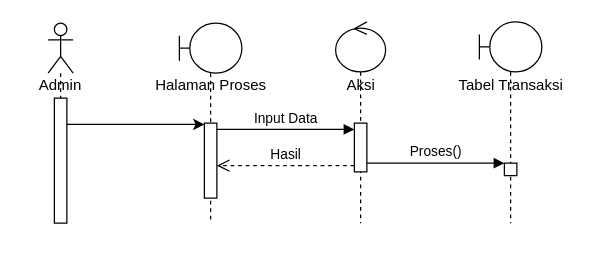
This is page "Squence Hasil" (9 of 10) of Apriori Sperpart.drawio from ArtEnginer/UML-DIAGRAM, a draw.io file, before an edit. Source tidied: cells renumbered, new cells numbered last; positions are measured from the earlier drawing's top-left corner, leaving out a move shared by most shapes. Both pictures are drawn from the tidied source at 125%, with x=0, y=0 at pixel (29, 21).
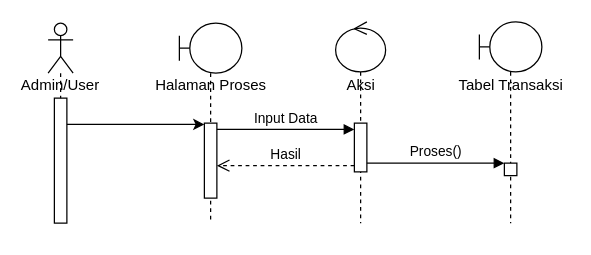
The same diagram, later.

Change to the diagram source:
```diff
@@
-    <mxCell id="12" value="Admin" style="text;html=1;align=center;verticalAlign=middle;whiteSpace=wrap;rounded=0;" parent="1" vertex="1">
+    <mxCell id="12" value="Admin/User" style="text;html=1;align=center;verticalAlign=middle;whiteSpace=wrap;rounded=0;" parent="1" vertex="1">
       <mxGeometry y="41" width="50" height="20" as="geometry" />
     </mxCell>
```
